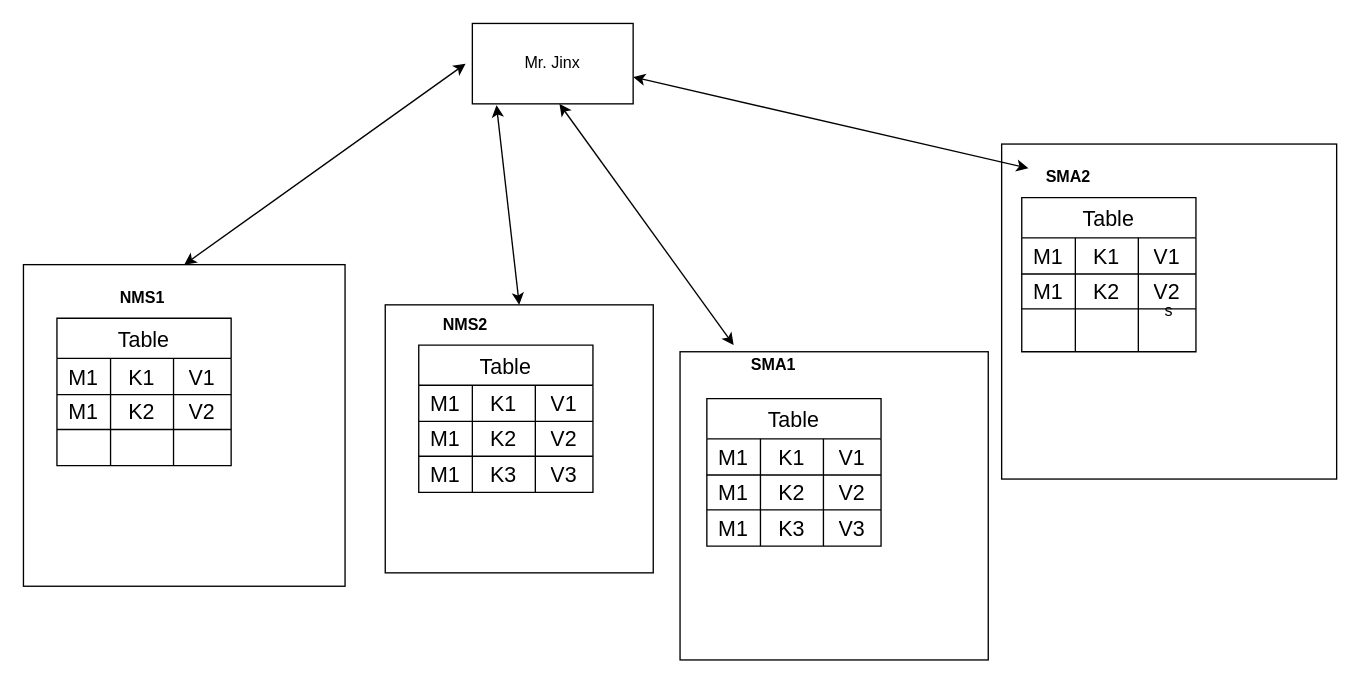
The draw.io diagram NMS SMA Cache.drawio in anshuldevmehta/RandomDiagrams, before the edit. Source tidied: cells renumbered, new cells numbered last; positions are measured from the earlier drawing's top-left corner, leaving out a move shared by most shapes. Both pictures are drawn from the tidied source at 134%, with x=0, y=0 at pixel (23, 23).
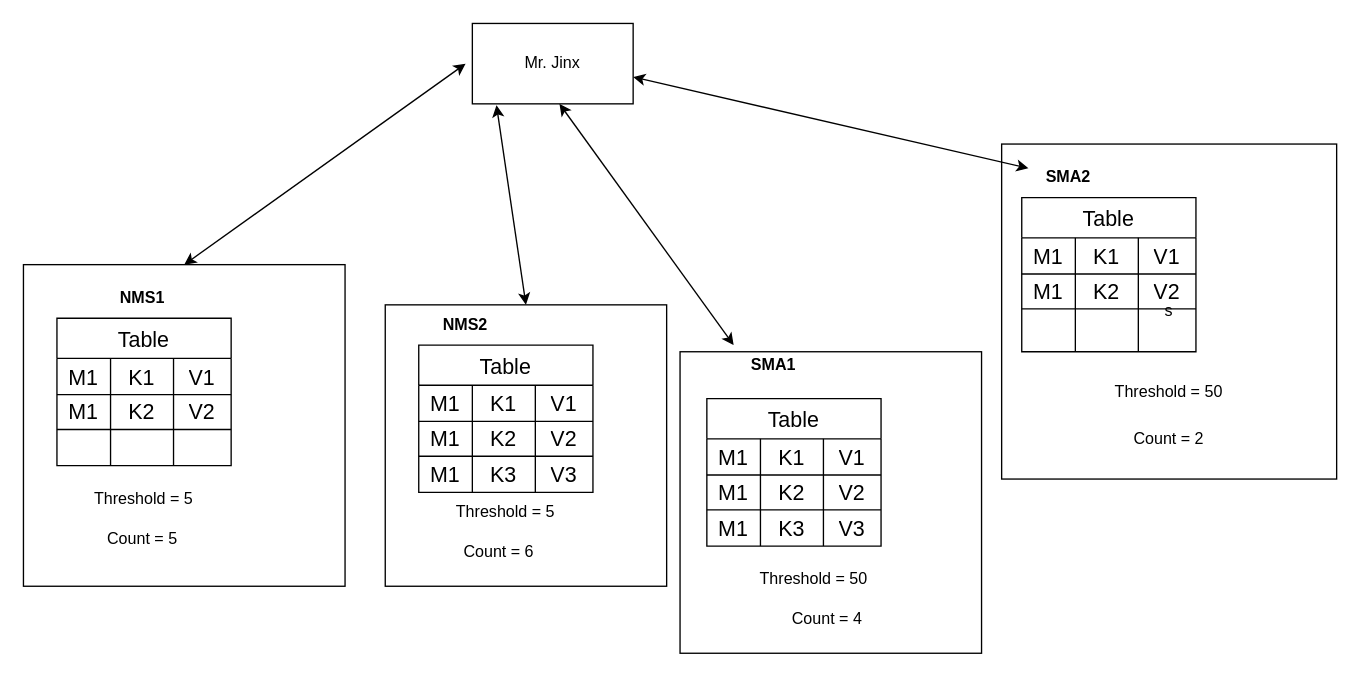
The same diagram, later.

The edit, as a diff of the source:
```diff
@@
     <mxCell id="3" style="whiteSpace=wrap;html=1;" parent="1" vertex="1">
-      <mxGeometry x="270" y="210" width="200" height="200" as="geometry" />
+      <mxGeometry x="270" y="210" width="210" height="210" as="geometry" />
     </mxCell>
     <mxCell id="4" style="whiteSpace=wrap;html=1;" parent="1" vertex="1">
-      <mxGeometry x="490" y="245" width="230" height="230" as="geometry" />
+      <mxGeometry x="490" y="245" width="225" height="225" as="geometry" />
     </mxCell>
@@
+    <mxCell id="67" value="Count = 5" style="text;html=1;strokeColor=none;fillColor=none;align=center;verticalAlign=middle;whiteSpace=wrap;rounded=0;" parent="1" vertex="1">
+      <mxGeometry x="59" y="370" width="60" height="30" as="geometry" />
+    </mxCell>
+    <mxCell id="68" value="Count = 6" style="text;html=1;strokeColor=none;fillColor=none;align=center;verticalAlign=middle;whiteSpace=wrap;rounded=0;" parent="1" vertex="1">
+      <mxGeometry x="325" y="380" width="60" height="30" as="geometry" />
+    </mxCell>
+    <mxCell id="69" value="Count = 4" style="text;html=1;strokeColor=none;fillColor=none;align=center;verticalAlign=middle;whiteSpace=wrap;rounded=0;" parent="1" vertex="1">
+      <mxGeometry x="570" y="430" width="60" height="30" as="geometry" />
+    </mxCell>
+    <mxCell id="70" value="Count = 2" style="text;html=1;strokeColor=none;fillColor=none;align=center;verticalAlign=middle;whiteSpace=wrap;rounded=0;" parent="1" vertex="1">
+      <mxGeometry x="825" y="295" width="60" height="30" as="geometry" />
+    </mxCell>
+    <mxCell id="71" value="Threshold = 5" style="text;html=1;strokeColor=none;fillColor=none;align=center;verticalAlign=middle;whiteSpace=wrap;rounded=0;" parent="1" vertex="1">
+      <mxGeometry x="40" y="340" width="100" height="30" as="geometry" />
+    </mxCell>
+    <mxCell id="72" value="Threshold = 5" style="text;html=1;strokeColor=none;fillColor=none;align=center;verticalAlign=middle;whiteSpace=wrap;rounded=0;" parent="1" vertex="1">
+      <mxGeometry x="310" y="350" width="100" height="30" as="geometry" />
+    </mxCell>
+    <mxCell id="73" value="Threshold = 50" style="text;html=1;strokeColor=none;fillColor=none;align=center;verticalAlign=middle;whiteSpace=wrap;rounded=0;" parent="1" vertex="1">
+      <mxGeometry x="540" y="400" width="100" height="30" as="geometry" />
+    </mxCell>
+    <mxCell id="74" value="Threshold = 50" style="text;html=1;strokeColor=none;fillColor=none;align=center;verticalAlign=middle;whiteSpace=wrap;rounded=0;" parent="1" vertex="1">
+      <mxGeometry x="805" y="260" width="100" height="30" as="geometry" />
+    </mxCell>
```
